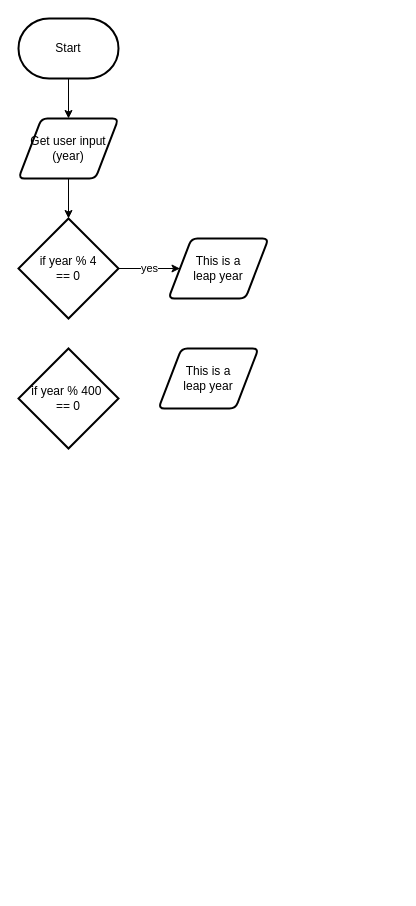
Above: designs/flowchart.drawio in joannesanthosh/ICS3U-Unit3-08-Python (draw.io), before the change. Source tidied: cells renumbered, new cells numbered last; positions are measured from the earlier drawing's top-left corner, leaving out a move shared by most shapes. Both pictures are drawn from the tidied source at 100%, with x=0, y=0 at pixel (18, 18).
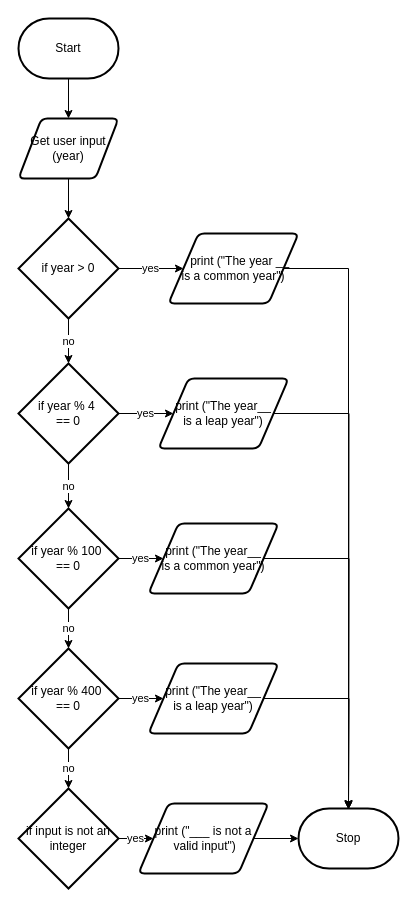
The same page after the edit.

Change to the diagram source:
```diff
@@
+    <mxCell id="11" value="no" style="edgeStyle=none;html=1;exitX=0.5;exitY=1;exitDx=0;exitDy=0;exitPerimeter=0;entryX=0.5;entryY=0;entryDx=0;entryDy=0;entryPerimeter=0;" parent="1" edge="1" source="7" target="10">
+      <mxGeometry relative="1" as="geometry" />
+    </mxCell>
-    <mxCell id="7" value="if year % 4&lt;br&gt;== 0" style="strokeWidth=2;html=1;shape=mxgraph.flowchart.decision;whiteSpace=wrap;" parent="1" vertex="1">
+    <mxCell id="7" value="if year &amp;gt; 0" style="strokeWidth=2;html=1;shape=mxgraph.flowchart.decision;whiteSpace=wrap;" parent="1" vertex="1">
       <mxGeometry y="200" width="100" height="100" as="geometry" />
     </mxCell>
+    <mxCell id="12" style="edgeStyle=orthogonalEdgeStyle;rounded=0;html=1;exitX=1;exitY=0.5;exitDx=0;exitDy=0;entryX=0.5;entryY=0;entryDx=0;entryDy=0;entryPerimeter=0;" parent="1" edge="1" source="8" target="30">
+      <mxGeometry relative="1" as="geometry">
+        <Array as="points">
+          <mxPoint x="330" y="250" />
+        </Array>
+      </mxGeometry>
+    </mxCell>
-    <mxCell id="8" value="This is a &lt;br&gt;leap year" style="shape=parallelogram;html=1;strokeWidth=2;perimeter=parallelogramPerimeter;whiteSpace=wrap;rounded=1;arcSize=12;size=0.23;" parent="1" vertex="1">
-      <mxGeometry x="150" y="220" width="100" height="60" as="geometry" />
+    <mxCell id="8" value="&amp;nbsp; &amp;nbsp; print (&quot;The year __ &lt;br&gt;is a common year&quot;)" style="shape=parallelogram;html=1;strokeWidth=2;perimeter=parallelogramPerimeter;whiteSpace=wrap;rounded=1;arcSize=12;size=0.23;" parent="1" vertex="1">
+      <mxGeometry x="150" y="215" width="130" height="70" as="geometry" />
     </mxCell>
+    <mxCell id="13" style="edgeStyle=orthogonalEdgeStyle;rounded=0;html=1;exitX=1;exitY=0.5;exitDx=0;exitDy=0;" parent="1" edge="1" source="9">
+      <mxGeometry relative="1" as="geometry">
+        <mxPoint x="330" y="791" as="targetPoint" />
+      </mxGeometry>
+    </mxCell>
-    <mxCell id="9" value="This is a &lt;br&gt;leap year" style="shape=parallelogram;html=1;strokeWidth=2;perimeter=parallelogramPerimeter;whiteSpace=wrap;rounded=1;arcSize=12;size=0.23;" parent="1" vertex="1">
-      <mxGeometry x="140" y="330" width="100" height="60" as="geometry" />
+    <mxCell id="9" value="print (&quot;The year__&lt;br&gt;is a leap year&quot;)" style="shape=parallelogram;html=1;strokeWidth=2;perimeter=parallelogramPerimeter;whiteSpace=wrap;rounded=1;arcSize=12;size=0.23;" parent="1" vertex="1">
+      <mxGeometry x="140" y="360" width="130" height="70" as="geometry" />
     </mxCell>
+    <mxCell id="14" value="yes" style="edgeStyle=none;html=1;exitX=1;exitY=0.5;exitDx=0;exitDy=0;exitPerimeter=0;entryX=0;entryY=0.5;entryDx=0;entryDy=0;" parent="1" edge="1" source="10" target="9">
+      <mxGeometry relative="1" as="geometry" />
+    </mxCell>
+    <mxCell id="15" value="no" style="edgeStyle=none;html=1;exitX=0.5;exitY=1;exitDx=0;exitDy=0;exitPerimeter=0;entryX=0.5;entryY=0;entryDx=0;entryDy=0;entryPerimeter=0;" parent="1" edge="1" source="10" target="18">
+      <mxGeometry relative="1" as="geometry" />
+    </mxCell>
-    <mxCell id="10" value="if year % 400&amp;nbsp;&lt;br&gt;== 0" style="strokeWidth=2;html=1;shape=mxgraph.flowchart.decision;whiteSpace=wrap;" parent="1" vertex="1">
-      <mxGeometry y="330" width="100" height="100" as="geometry" />
+    <mxCell id="10" value="if year % 4&amp;nbsp;&lt;br&gt;== 0" style="strokeWidth=2;html=1;shape=mxgraph.flowchart.decision;whiteSpace=wrap;" parent="1" vertex="1">
+      <mxGeometry y="345" width="100" height="100" as="geometry" />
     </mxCell>
+    <mxCell id="16" value="yes" style="edgeStyle=none;html=1;exitX=1;exitY=0.5;exitDx=0;exitDy=0;exitPerimeter=0;entryX=0;entryY=0.5;entryDx=0;entryDy=0;" parent="1" edge="1" source="18" target="20">
+      <mxGeometry relative="1" as="geometry" />
+    </mxCell>
+    <mxCell id="17" value="no" style="edgeStyle=none;html=1;exitX=0.5;exitY=1;exitDx=0;exitDy=0;exitPerimeter=0;entryX=0.5;entryY=0;entryDx=0;entryDy=0;entryPerimeter=0;" parent="1" edge="1" source="18" target="23">
+      <mxGeometry relative="1" as="geometry" />
+    </mxCell>
+    <mxCell id="18" value="if year % 100&amp;nbsp;&lt;br&gt;== 0" style="strokeWidth=2;html=1;shape=mxgraph.flowchart.decision;whiteSpace=wrap;" parent="1" vertex="1">
+      <mxGeometry y="490" width="100" height="100" as="geometry" />
+    </mxCell>
+    <mxCell id="19" style="edgeStyle=orthogonalEdgeStyle;rounded=0;html=1;exitX=1;exitY=0.5;exitDx=0;exitDy=0;" parent="1" edge="1" source="20">
+      <mxGeometry relative="1" as="geometry">
+        <mxPoint x="330" y="791" as="targetPoint" />
+      </mxGeometry>
+    </mxCell>
+    <mxCell id="20" value="print (&quot;The year__&lt;br&gt;is a common year&quot;)" style="shape=parallelogram;html=1;strokeWidth=2;perimeter=parallelogramPerimeter;whiteSpace=wrap;rounded=1;arcSize=12;size=0.23;" parent="1" vertex="1">
+      <mxGeometry x="130" y="505" width="130" height="70" as="geometry" />
+    </mxCell>
+    <mxCell id="21" value="yes" style="edgeStyle=none;html=1;exitX=1;exitY=0.5;exitDx=0;exitDy=0;exitPerimeter=0;entryX=0;entryY=0.5;entryDx=0;entryDy=0;" parent="1" edge="1" source="23" target="25">
+      <mxGeometry relative="1" as="geometry" />
+    </mxCell>
+    <mxCell id="22" value="no" style="edgeStyle=orthogonalEdgeStyle;rounded=0;html=1;exitX=0.5;exitY=1;exitDx=0;exitDy=0;exitPerimeter=0;entryX=0.5;entryY=0;entryDx=0;entryDy=0;entryPerimeter=0;" parent="1" edge="1" source="23" target="27">
+      <mxGeometry relative="1" as="geometry" />
+    </mxCell>
+    <mxCell id="23" value="if year % 400&amp;nbsp;&lt;br&gt;== 0" style="strokeWidth=2;html=1;shape=mxgraph.flowchart.decision;whiteSpace=wrap;" parent="1" vertex="1">
+      <mxGeometry y="630" width="100" height="100" as="geometry" />
+    </mxCell>
+    <mxCell id="24" style="edgeStyle=orthogonalEdgeStyle;rounded=0;html=1;exitX=1;exitY=0.5;exitDx=0;exitDy=0;" parent="1" edge="1" source="25">
+      <mxGeometry relative="1" as="geometry">
+        <mxPoint x="330" y="790" as="targetPoint" />
+      </mxGeometry>
+    </mxCell>
+    <mxCell id="25" value="print (&quot;The year__&lt;br&gt;is a leap year&quot;)" style="shape=parallelogram;html=1;strokeWidth=2;perimeter=parallelogramPerimeter;whiteSpace=wrap;rounded=1;arcSize=12;size=0.23;" parent="1" vertex="1">
+      <mxGeometry x="130" y="645" width="130" height="70" as="geometry" />
+    </mxCell>
+    <mxCell id="26" value="yes" style="edgeStyle=orthogonalEdgeStyle;rounded=0;html=1;exitX=1;exitY=0.5;exitDx=0;exitDy=0;exitPerimeter=0;entryX=0;entryY=0.5;entryDx=0;entryDy=0;" parent="1" edge="1" source="27" target="29">
+      <mxGeometry relative="1" as="geometry" />
+    </mxCell>
+    <mxCell id="27" value="if input is not an integer" style="strokeWidth=2;html=1;shape=mxgraph.flowchart.decision;whiteSpace=wrap;" parent="1" vertex="1">
+      <mxGeometry y="770" width="100" height="100" as="geometry" />
+    </mxCell>
+    <mxCell id="28" style="edgeStyle=orthogonalEdgeStyle;rounded=0;html=1;exitX=1;exitY=0.5;exitDx=0;exitDy=0;entryX=0;entryY=0.5;entryDx=0;entryDy=0;entryPerimeter=0;" parent="1" edge="1" source="29" target="30">
+      <mxGeometry relative="1" as="geometry" />
+    </mxCell>
+    <mxCell id="29" value="print (&quot;___ is not a&lt;br&gt;&amp;nbsp;valid input&quot;)" style="shape=parallelogram;html=1;strokeWidth=2;perimeter=parallelogramPerimeter;whiteSpace=wrap;rounded=1;arcSize=12;size=0.23;" parent="1" vertex="1">
+      <mxGeometry x="120" y="785" width="130" height="70" as="geometry" />
+    </mxCell>
+    <mxCell id="30" value="Stop" style="strokeWidth=2;html=1;shape=mxgraph.flowchart.terminator;whiteSpace=wrap;" parent="1" vertex="1">
+      <mxGeometry x="280" y="790" width="100" height="60" as="geometry" />
+    </mxCell>
```
